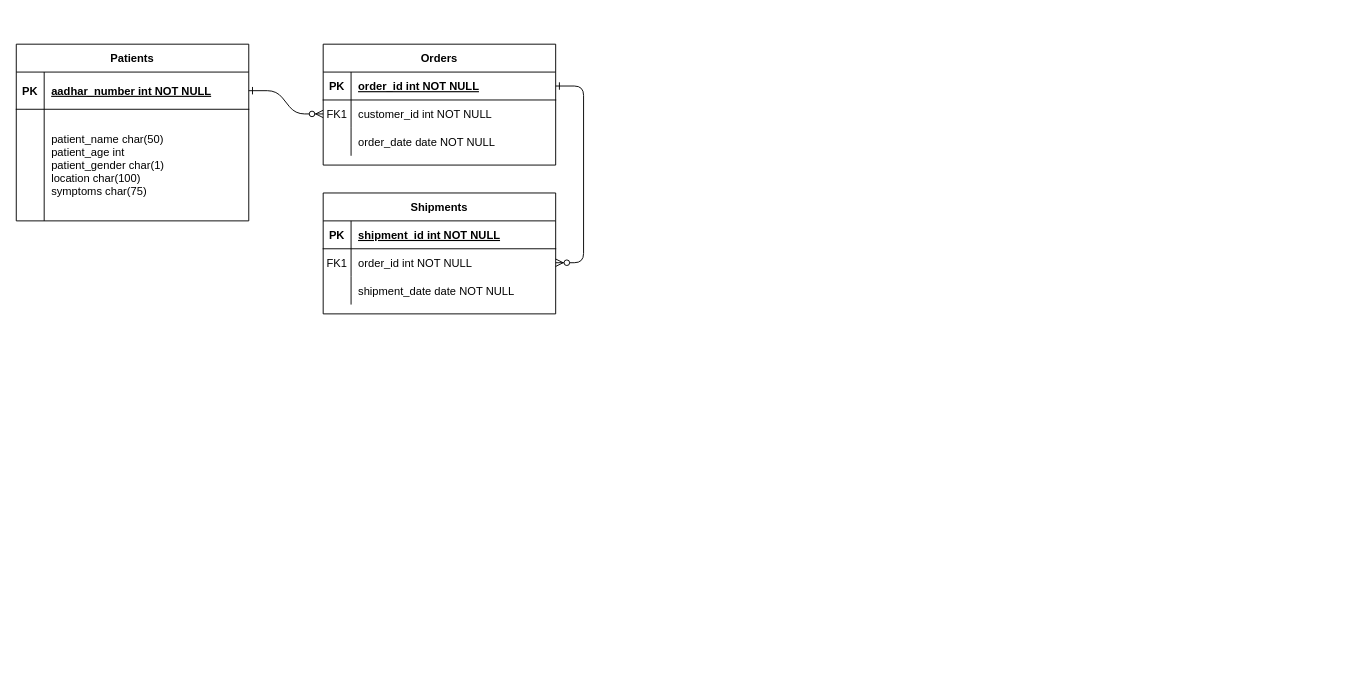
Earlier version of the draw.io diagram Untitled Diagram.drawio (nithishnani-277/DBMS_LAB). Source tidied: cells renumbered, new cells numbered last; positions are measured from the earlier drawing's top-left corner, leaving out a move shared by most shapes. Both pictures are drawn from the tidied source at 93%, with x=0, y=0 at pixel (16, 44).
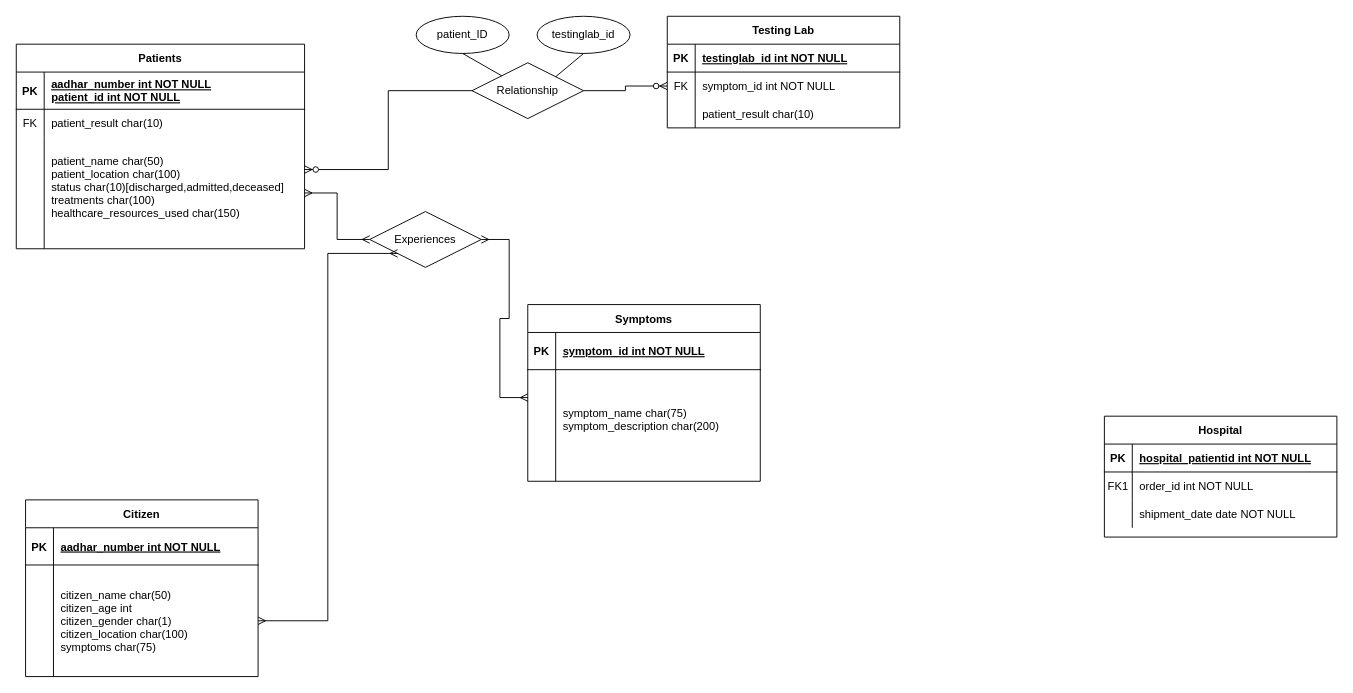
The same page after the edit.

The change refers to these unchanged cells:
```xml
<mxCell id="5" style="shape=partialRectangle;fillColor=none;points=[[0,0.5],[1,0.5]];portConstraint=eastwest;top=0;left=0;right=0;bottom=1;" parent="4" vertex="1">
  <mxGeometry y="30" width="250" height="30" as="geometry" />
</mxCell>
<mxCell id="8" style="shape=partialRectangle;fillColor=none;points=[[0,0.5],[1,0.5]];portConstraint=eastwest;top=0;left=0;right=0;bottom=0;" parent="4" vertex="1">
  <mxGeometry y="60" width="250" height="30" as="geometry" />
</mxCell>
<mxCell id="11" style="shape=partialRectangle;fillColor=none;top=0;left=0;right=0;bottom=0;" parent="4" vertex="1">
  <mxGeometry y="90" width="250" height="30" as="geometry" />
</mxCell>
<mxCell id="15" style="shape=partialRectangle;fillColor=none;top=0;left=0;right=0;bottom=1;" parent="14" vertex="1">
  <mxGeometry y="30" width="250" height="30" as="geometry" />
</mxCell>
<mxCell id="18" style="shape=partialRectangle;fillColor=none;points=[[0,0.5],[1,0.5]];portConstraint=eastwest;top=0;left=0;right=0;bottom=0;" parent="14" vertex="1">
  <mxGeometry y="60" width="250" height="30" as="geometry" />
</mxCell>
```

Change to the diagram source:
```diff
@@
-    <mxCell id="2" style="edgeStyle=entityRelationEdgeStyle;endArrow=ERzeroToMany;startArrow=ERone;endFill=1;startFill=0;" parent="1" edge="1" source="25" target="8">
-      <mxGeometry relative="1" as="geometry" />
-    </mxCell>
-    <mxCell id="3" style="edgeStyle=entityRelationEdgeStyle;endArrow=ERzeroToMany;startArrow=ERone;endFill=1;startFill=0;" parent="1" edge="1" source="5" target="18">
-      <mxGeometry relative="1" as="geometry" />
-    </mxCell>
-    <mxCell id="4" value="Orders" style="shape=table;startSize=30;childLayout=tableLayout;rowLines=0;fontStyle=1;align=center;" parent="1" vertex="1">
-      <mxGeometry x="330" width="250" height="130" as="geometry" />
+    <mxCell id="4" value="Testing Lab" style="shape=table;startSize=30;childLayout=tableLayout;rowLines=0;fontStyle=1;align=center;" parent="1" vertex="1">
+      <mxGeometry x="700" y="-30" width="250" height="120" as="geometry" />
     </mxCell>
@@
-    <mxCell id="7" value="order_id int NOT NULL " style="shape=partialRectangle;overflow=hidden;fillColor=none;top=0;left=0;bottom=0;right=0;align=left;spacingLeft=6;fontStyle=5;" parent="5" vertex="1">
+    <mxCell id="7" value="testinglab_id int NOT NULL" style="shape=partialRectangle;overflow=hidden;fillColor=none;top=0;left=0;bottom=0;right=0;align=left;spacingLeft=6;fontStyle=5;" parent="5" vertex="1">
       <mxGeometry x="30" width="220" height="30" as="geometry" />
     </mxCell>
@@
-    <mxCell id="9" value="FK1" style="shape=partialRectangle;overflow=hidden;fillColor=none;top=0;left=0;bottom=0;right=0;" parent="8" vertex="1">
+    <mxCell id="9" value="FK" style="shape=partialRectangle;overflow=hidden;fillColor=none;top=0;left=0;bottom=0;right=0;" parent="8" vertex="1">
       <mxGeometry width="30" height="30" as="geometry" />
     </mxCell>
-    <mxCell id="10" value="customer_id int NOT NULL" style="shape=partialRectangle;overflow=hidden;fillColor=none;top=0;left=0;bottom=0;right=0;align=left;spacingLeft=6;" parent="8" vertex="1">
+    <mxCell id="10" value="symptom_id int NOT NULL" style="shape=partialRectangle;overflow=hidden;fillColor=none;top=0;left=0;bottom=0;right=0;align=left;spacingLeft=6;" parent="8" vertex="1">
       <mxGeometry x="30" width="220" height="30" as="geometry" />
     </mxCell>
@@
-    <mxCell id="13" value="order_date date NOT NULL" style="shape=partialRectangle;overflow=hidden;fillColor=none;top=0;left=0;bottom=0;right=0;align=left;spacingLeft=6;" parent="11" vertex="1">
+    <mxCell id="13" value="patient_result char(10)" style="shape=partialRectangle;overflow=hidden;fillColor=none;top=0;left=0;bottom=0;right=0;align=left;spacingLeft=6;fontStyle=0;" parent="11" vertex="1">
       <mxGeometry x="30" width="220" height="30" as="geometry" />
     </mxCell>
-    <mxCell id="14" value="Shipments" style="shape=table;startSize=30;childLayout=tableLayout;rowLines=0;fontStyle=1;align=center;" parent="1" vertex="1">
-      <mxGeometry x="330" y="160" width="250" height="130" as="geometry" />
+    <mxCell id="14" value="Hospital" style="shape=table;startSize=30;childLayout=tableLayout;rowLines=0;fontStyle=1;align=center;" parent="1" vertex="1">
+      <mxGeometry x="1170" y="400" width="250" height="130" as="geometry" />
     </mxCell>
@@
-    <mxCell id="17" value="shipment_id int NOT NULL " style="shape=partialRectangle;overflow=hidden;fillColor=none;top=0;left=0;bottom=0;right=0;align=left;spacingLeft=6;fontStyle=5;" parent="15" vertex="1">
+    <mxCell id="17" value="hospital_patientid int NOT NULL" style="shape=partialRectangle;overflow=hidden;fillColor=none;top=0;left=0;bottom=0;right=0;align=left;spacingLeft=6;fontStyle=5;" parent="15" vertex="1">
       <mxGeometry x="30" width="220" height="30" as="geometry" />
     </mxCell>
@@
     <mxCell id="24" value="Patients" style="shape=table;startSize=30;childLayout=tableLayout;rowLines=0;fontStyle=1;align=center;" parent="1" vertex="1">
-      <mxGeometry width="250" height="190" as="geometry" />
+      <mxGeometry width="310" height="220" as="geometry" />
     </mxCell>
     <mxCell id="25" style="shape=partialRectangle;fillColor=none;points=[[0,0.5],[1,0.5]];portConstraint=eastwest;top=0;left=0;right=0;bottom=1;" parent="24" vertex="1">
-      <mxGeometry y="30" width="250" height="40" as="geometry" />
+      <mxGeometry y="30" width="310" height="40" as="geometry" />
     </mxCell>
@@
-    <mxCell id="27" value="aadhar_number int NOT NULL " style="shape=partialRectangle;overflow=hidden;fillColor=none;top=0;left=0;bottom=0;right=0;align=left;spacingLeft=6;fontStyle=5;" parent="25" vertex="1">
-      <mxGeometry x="30" width="220" height="40" as="geometry" />
+    <mxCell id="27" value="aadhar_number int NOT NULL &#10;patient_id int NOT NULL" style="shape=partialRectangle;overflow=hidden;fillColor=none;top=0;left=0;bottom=0;right=0;align=left;spacingLeft=6;fontStyle=5;" parent="25" vertex="1">
+      <mxGeometry x="30" width="280" height="40" as="geometry" />
     </mxCell>
+    <mxCell id="31" style="shape=tableRow;horizontal=0;startSize=0;swimlaneHead=0;swimlaneBody=0;fillColor=none;top=0;left=0;right=0;bottom=0;" parent="24" vertex="1">
+      <mxGeometry y="70" width="310" height="30" as="geometry" />
+    </mxCell>
+    <mxCell id="32" value="FK" style="shape=partialRectangle;fillColor=none;top=0;left=0;bottom=0;right=0;fontStyle=0;overflow=hidden;" parent="31" vertex="1">
+      <mxGeometry width="30" height="30" as="geometry" />
+    </mxCell>
+    <mxCell id="33" value="patient_result char(10)" style="shape=partialRectangle;fillColor=none;top=0;left=0;bottom=0;right=0;align=left;spacingLeft=6;fontStyle=0;overflow=hidden;" parent="31" vertex="1">
+      <mxGeometry x="30" width="280" height="30" as="geometry" />
+    </mxCell>
     <mxCell id="28" style="shape=partialRectangle;fillColor=none;points=[[0,0.5],[1,0.5]];portConstraint=eastwest;top=0;left=0;right=0;bottom=0;" parent="24" vertex="1">
-      <mxGeometry y="70" width="250" height="120" as="geometry" />
+      <mxGeometry y="100" width="310" height="120" as="geometry" />
     </mxCell>
@@
-    <mxCell id="30" value="patient_name char(50)&#10;patient_age int&#10;patient_gender char(1)&#10;location char(100)&#10;symptoms char(75)" style="shape=partialRectangle;overflow=hidden;fillColor=none;top=0;left=0;bottom=0;right=0;align=left;spacingLeft=6;" parent="28" vertex="1">
-      <mxGeometry x="30" width="220" height="120" as="geometry" />
+    <mxCell id="30" value="patient_name char(50)&#10;patient_location char(100)&#10;status char(10)[discharged,admitted,deceased]&#10;treatments char(100)&#10;healthcare_resources_used char(150)&#10;" style="shape=partialRectangle;overflow=hidden;fillColor=none;top=0;left=0;bottom=0;right=0;align=left;spacingLeft=6;" parent="28" vertex="1">
+      <mxGeometry x="30" width="280" height="120" as="geometry" />
     </mxCell>
+    <mxCell id="34" value="Citizen" style="shape=table;startSize=30;childLayout=tableLayout;rowLines=0;fontStyle=1;align=center;" parent="1" vertex="1">
+      <mxGeometry x="10" y="490" width="250" height="190" as="geometry" />
+    </mxCell>
+    <mxCell id="35" style="shape=partialRectangle;fillColor=none;top=0;left=0;right=0;bottom=1;" parent="34" vertex="1">
+      <mxGeometry y="30" width="250" height="40" as="geometry" />
+    </mxCell>
+    <mxCell id="36" value="PK" style="shape=partialRectangle;overflow=hidden;fillColor=none;top=0;left=0;bottom=0;right=0;fontStyle=1;" parent="35" vertex="1">
+      <mxGeometry width="30" height="40" as="geometry" />
+    </mxCell>
+    <mxCell id="37" value="aadhar_number int NOT NULL " style="shape=partialRectangle;overflow=hidden;fillColor=none;top=0;left=0;bottom=0;right=0;align=left;spacingLeft=6;fontStyle=5;" parent="35" vertex="1">
+      <mxGeometry x="30" width="220" height="40" as="geometry" />
+    </mxCell>
+    <mxCell id="38" style="shape=partialRectangle;fillColor=none;points=[[0,0.5],[1,0.5]];portConstraint=eastwest;top=0;left=0;right=0;bottom=0;" parent="34" vertex="1">
+      <mxGeometry y="70" width="250" height="120" as="geometry" />
+    </mxCell>
+    <mxCell id="39" style="shape=partialRectangle;overflow=hidden;fillColor=none;top=0;left=0;bottom=0;right=0;" parent="38" vertex="1">
+      <mxGeometry width="30" height="120" as="geometry" />
+    </mxCell>
+    <mxCell id="40" value="citizen_name char(50)&#10;citizen_age int&#10;citizen_gender char(1)&#10;citizen_location char(100)&#10;symptoms char(75)" style="shape=partialRectangle;overflow=hidden;fillColor=none;top=0;left=0;bottom=0;right=0;align=left;spacingLeft=6;" parent="38" vertex="1">
+      <mxGeometry x="30" width="220" height="120" as="geometry" />
+    </mxCell>
+    <mxCell id="41" value="Symptoms" style="shape=table;startSize=30;childLayout=tableLayout;rowLines=0;fontStyle=1;align=center;" parent="1" vertex="1">
+      <mxGeometry x="550" y="280" width="250" height="190" as="geometry" />
+    </mxCell>
+    <mxCell id="42" style="shape=partialRectangle;fillColor=none;top=0;left=0;right=0;bottom=1;" parent="41" vertex="1">
+      <mxGeometry y="30" width="250" height="40" as="geometry" />
+    </mxCell>
+    <mxCell id="43" value="PK" style="shape=partialRectangle;overflow=hidden;fillColor=none;top=0;left=0;bottom=0;right=0;fontStyle=1;" parent="42" vertex="1">
+      <mxGeometry width="30" height="40" as="geometry" />
+    </mxCell>
+    <mxCell id="44" value="symptom_id int NOT NULL" style="shape=partialRectangle;overflow=hidden;fillColor=none;top=0;left=0;bottom=0;right=0;align=left;spacingLeft=6;fontStyle=5;" parent="42" vertex="1">
+      <mxGeometry x="30" width="220" height="40" as="geometry" />
+    </mxCell>
+    <mxCell id="45" style="shape=partialRectangle;fillColor=none;top=0;left=0;right=0;bottom=0;" parent="41" vertex="1">
+      <mxGeometry y="70" width="250" height="120" as="geometry" />
+    </mxCell>
+    <mxCell id="46" style="shape=partialRectangle;overflow=hidden;fillColor=none;top=0;left=0;bottom=0;right=0;" parent="45" vertex="1">
+      <mxGeometry width="30" height="120" as="geometry" />
+    </mxCell>
+    <mxCell id="47" value="symptom_name char(75)&#10;symptom_description char(200)&#10;" style="shape=partialRectangle;overflow=hidden;fillColor=none;top=0;left=0;bottom=0;right=0;align=left;spacingLeft=6;" parent="45" vertex="1">
+      <mxGeometry x="30" width="220" height="120" as="geometry" />
+    </mxCell>
+    <mxCell id="48" value="Experiences" style="shape=rhombus;perimeter=rhombusPerimeter;whiteSpace=wrap;html=1;align=center;" parent="1" vertex="1">
+      <mxGeometry x="380" y="180" width="120" height="60" as="geometry" />
+    </mxCell>
+    <mxCell id="49" style="edgeStyle=orthogonalEdgeStyle;fontSize=12;html=1;endArrow=ERmany;startArrow=ERmany;rounded=0;exitX=1;exitY=0.5;exitDx=0;exitDy=0;entryX=0;entryY=0.5;entryDx=0;entryDy=0;endFill=0;" parent="1" edge="1" source="28" target="48">
+      <mxGeometry relative="1" as="geometry" />
+    </mxCell>
+    <mxCell id="50" style="edgeStyle=elbowEdgeStyle;fontSize=12;html=1;endArrow=ERmany;startArrow=ERmany;rounded=0;exitX=1;exitY=0.5;exitDx=0;exitDy=0;entryX=0;entryY=1;entryDx=0;entryDy=0;" parent="1" edge="1" source="38" target="48">
+      <mxGeometry relative="1" as="geometry" />
+    </mxCell>
+    <mxCell id="51" value="Relationship" style="shape=rhombus;perimeter=rhombusPerimeter;whiteSpace=wrap;html=1;align=center;" parent="1" vertex="1">
+      <mxGeometry x="490" y="20" width="120" height="60" as="geometry" />
+    </mxCell>
+    <mxCell id="52" value="patient_ID" style="ellipse;whiteSpace=wrap;html=1;align=center;" parent="1" vertex="1">
+      <mxGeometry x="430" y="-30" width="100" height="40" as="geometry" />
+    </mxCell>
+    <mxCell id="53" value="testinglab_id" style="ellipse;whiteSpace=wrap;html=1;align=center;" parent="1" vertex="1">
+      <mxGeometry x="560" y="-30" width="100" height="40" as="geometry" />
+    </mxCell>
+    <mxCell id="54" style="endArrow=none;html=1;rounded=0;exitX=0.5;exitY=1;exitDx=0;exitDy=0;entryX=1;entryY=0;entryDx=0;entryDy=0;" parent="1" edge="1" source="53" target="51">
+      <mxGeometry relative="1" as="geometry" />
+    </mxCell>
+    <mxCell id="55" style="endArrow=none;html=1;rounded=0;exitX=0.5;exitY=1;exitDx=0;exitDy=0;" parent="1" edge="1" source="52" target="51">
+      <mxGeometry relative="1" as="geometry" />
+    </mxCell>
+    <mxCell id="56" style="edgeStyle=elbowEdgeStyle;fontSize=12;html=1;endArrow=ERzeroToMany;endFill=1;rounded=0;exitX=1;exitY=0.5;exitDx=0;exitDy=0;entryX=0;entryY=0.5;entryDx=0;entryDy=0;" parent="1" edge="1" source="51" target="8">
+      <mxGeometry relative="1" as="geometry" />
+    </mxCell>
+    <mxCell id="57" style="edgeStyle=elbowEdgeStyle;fontSize=12;html=1;endArrow=ERzeroToMany;endFill=1;rounded=0;exitX=0;exitY=0.5;exitDx=0;exitDy=0;entryX=1;entryY=0.29;entryDx=0;entryDy=0;entryPerimeter=0;" parent="1" edge="1" source="51" target="28">
+      <mxGeometry relative="1" as="geometry" />
+    </mxCell>
+    <mxCell id="58" style="edgeStyle=entityRelationEdgeStyle;fontSize=12;html=1;endArrow=ERmany;startArrow=ERmany;rounded=0;entryX=0;entryY=0.25;entryDx=0;entryDy=0;exitX=1;exitY=0.5;exitDx=0;exitDy=0;" parent="1" edge="1" source="48" target="46">
+      <mxGeometry relative="1" as="geometry" />
+    </mxCell>
```
